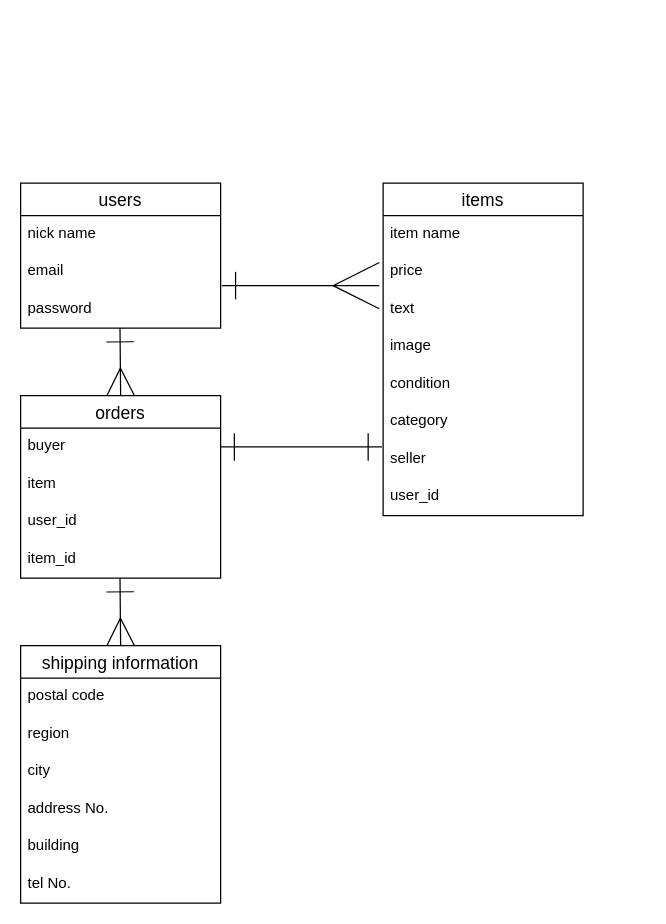
TETSU-A7240/furima-39207 keeps this draw.io diagram as ER.dio. Above is the earlier version. Source tidied: cells renumbered, new cells numbered last; positions are measured from the earlier drawing's top-left corner, leaving out a move shared by most shapes. Both pictures are drawn from the tidied source at 125%, with x=0, y=0 at pixel (20, 182).
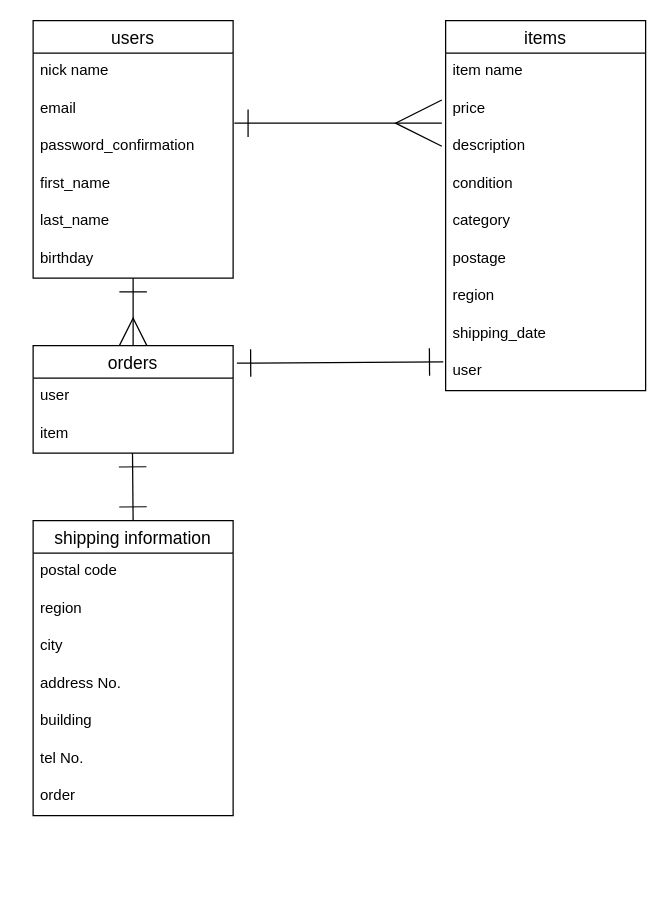
After the change.

Commit message (it also covers changes not shown here):
データベース設計修正

Change to the diagram source:
```diff
@@
     <mxCell id="2" value="users" style="swimlane;fontStyle=0;horizontal=1;startSize=26;align=center;fontSize=14;" parent="1" vertex="1">
-      <mxGeometry width="160" height="116" as="geometry" />
+      <mxGeometry x="10" y="-130" width="160" height="206" as="geometry" />
     </mxCell>
@@
-    <mxCell id="5" value="password" style="text;strokeColor=none;fillColor=none;spacingLeft=4;spacingRight=4;overflow=hidden;points=[[0,0.5],[1,0.5]];portConstraint=eastwest;fontSize=12;" parent="2" vertex="1">
+    <mxCell id="5" value="password_confirmation" style="text;strokeColor=none;fillColor=none;spacingLeft=4;spacingRight=4;overflow=hidden;points=[[0,0.5],[1,0.5]];portConstraint=eastwest;fontSize=12;" parent="2" vertex="1">
       <mxGeometry y="86" width="160" height="30" as="geometry" />
     </mxCell>
+    <mxCell id="31" value="first_name" style="text;strokeColor=none;fillColor=none;spacingLeft=4;spacingRight=4;overflow=hidden;fontSize=12;" parent="2" vertex="1">
+      <mxGeometry y="116" width="160" height="30" as="geometry" />
+    </mxCell>
+    <mxCell id="32" value="last_name" style="text;strokeColor=none;fillColor=none;spacingLeft=4;spacingRight=4;overflow=hidden;fontSize=12;" parent="2" vertex="1">
+      <mxGeometry y="146" width="160" height="30" as="geometry" />
+    </mxCell>
+    <mxCell id="33" value="birthday" style="text;strokeColor=none;fillColor=none;spacingLeft=4;spacingRight=4;overflow=hidden;points=[[0,0.5],[1,0.5]];portConstraint=eastwest;fontSize=12;" parent="2" vertex="1">
+      <mxGeometry y="176" width="160" height="30" as="geometry" />
+    </mxCell>
     <mxCell id="6" value="items" style="swimlane;fontStyle=0;horizontal=1;startSize=26;align=center;fontSize=14;" parent="1" vertex="1">
-      <mxGeometry x="290" width="160" height="266" as="geometry" />
+      <mxGeometry x="340" y="-130" width="160" height="296" as="geometry" />
     </mxCell>
@@
-    <mxCell id="9" value="text" style="text;strokeColor=none;fillColor=none;spacingLeft=4;spacingRight=4;overflow=hidden;fontSize=12;" parent="6" vertex="1">
+    <mxCell id="9" value="description" style="text;strokeColor=none;fillColor=none;spacingLeft=4;spacingRight=4;overflow=hidden;fontSize=12;" parent="6" vertex="1">
       <mxGeometry y="86" width="160" height="30" as="geometry" />
     </mxCell>
-    <mxCell id="10" value="image" style="text;strokeColor=none;fillColor=none;spacingLeft=4;spacingRight=4;overflow=hidden;fontSize=12;" parent="6" vertex="1">
+    <mxCell id="10" value="condition" style="text;strokeColor=none;fillColor=none;spacingLeft=4;spacingRight=4;overflow=hidden;fontSize=12;" parent="6" vertex="1">
       <mxGeometry y="116" width="160" height="30" as="geometry" />
     </mxCell>
-    <mxCell id="11" value="condition" style="text;strokeColor=none;fillColor=none;spacingLeft=4;spacingRight=4;overflow=hidden;fontSize=12;" parent="6" vertex="1">
+    <mxCell id="11" value="category" style="text;strokeColor=none;fillColor=none;spacingLeft=4;spacingRight=4;overflow=hidden;fontSize=12;" parent="6" vertex="1">
       <mxGeometry y="146" width="160" height="30" as="geometry" />
     </mxCell>
-    <mxCell id="12" value="category" style="text;strokeColor=none;fillColor=none;spacingLeft=4;spacingRight=4;overflow=hidden;fontSize=12;" parent="6" vertex="1">
+    <mxCell id="12" value="postage" style="text;strokeColor=none;fillColor=none;spacingLeft=4;spacingRight=4;overflow=hidden;fontSize=12;" parent="6" vertex="1">
       <mxGeometry y="176" width="160" height="30" as="geometry" />
     </mxCell>
-    <mxCell id="13" value="seller" style="text;strokeColor=none;fillColor=none;spacingLeft=4;spacingRight=4;overflow=hidden;points=[[0,0.5],[1,0.5]];portConstraint=eastwest;fontSize=12;" parent="6" vertex="1">
+    <mxCell id="13" value="region" style="text;strokeColor=none;fillColor=none;spacingLeft=4;spacingRight=4;overflow=hidden;points=[[0,0.5],[1,0.5]];portConstraint=eastwest;fontSize=12;" parent="6" vertex="1">
       <mxGeometry y="206" width="160" height="30" as="geometry" />
     </mxCell>
-    <mxCell id="14" value="user_id" style="text;strokeColor=none;fillColor=none;spacingLeft=4;spacingRight=4;overflow=hidden;fontSize=12;" parent="6" vertex="1">
+    <mxCell id="14" value="shipping_date" style="text;strokeColor=none;fillColor=none;spacingLeft=4;spacingRight=4;overflow=hidden;fontSize=12;" parent="6" vertex="1">
       <mxGeometry y="236" width="160" height="30" as="geometry" />
     </mxCell>
-    <mxCell id="15" style="edgeStyle=none;html=1;strokeColor=default;startArrow=ERmany;startFill=0;endArrow=ERone;endFill=0;startSize=20;endSize=20;exitX=0.5;exitY=0;exitDx=0;exitDy=0;" parent="1" edge="1" source="25">
-      <mxGeometry relative="1" as="geometry">
-        <mxPoint x="79.5" y="116" as="targetPoint" />
-      </mxGeometry>
-    </mxCell>
+    <mxCell id="34" value="user" style="text;strokeColor=none;fillColor=none;spacingLeft=4;spacingRight=4;overflow=hidden;points=[[0,0.5],[1,0.5]];portConstraint=eastwest;fontSize=12;" parent="6" vertex="1">
+      <mxGeometry y="266" width="160" height="30" as="geometry" />
+    </mxCell>
     <mxCell id="16" value="shipping information" style="swimlane;fontStyle=0;horizontal=1;startSize=26;align=center;fontSize=14;" parent="1" vertex="1">
-      <mxGeometry y="370" width="160" height="206" as="geometry" />
+      <mxGeometry x="10" y="270" width="160" height="236" as="geometry" />
     </mxCell>
@@
+    <mxCell id="35" value="order" style="text;strokeColor=none;fillColor=none;spacingLeft=4;spacingRight=4;overflow=hidden;fontSize=12;" parent="16" vertex="1">
+      <mxGeometry y="206" width="160" height="30" as="geometry" />
+    </mxCell>
@@
-    <mxCell id="24" style="edgeStyle=none;html=1;strokeColor=default;startArrow=ERone;startFill=0;endArrow=ERone;endFill=0;startSize=20;endSize=20;entryX=1;entryY=0.5;entryDx=0;entryDy=0;exitX=-0.006;exitY=0.167;exitDx=0;exitDy=0;exitPerimeter=0;" parent="1" edge="1" source="13" target="26">
+    <mxCell id="24" style="edgeStyle=none;html=1;strokeColor=default;startArrow=ERone;startFill=0;endArrow=ERone;endFill=0;startSize=20;endSize=20;entryX=1.019;entryY=0.163;entryDx=0;entryDy=0;exitX=-0.012;exitY=0.233;exitDx=0;exitDy=0;exitPerimeter=0;entryPerimeter=0;" parent="1" edge="1" source="34" target="25">
       <mxGeometry relative="1" as="geometry" />
     </mxCell>
     <mxCell id="25" value="orders" style="swimlane;fontStyle=0;horizontal=1;startSize=26;align=center;fontSize=14;" parent="1" vertex="1">
-      <mxGeometry y="170" width="160" height="146" as="geometry" />
+      <mxGeometry x="10" y="130" width="160" height="86" as="geometry" />
     </mxCell>
-    <mxCell id="26" value="buyer" style="text;strokeColor=none;fillColor=none;spacingLeft=4;spacingRight=4;overflow=hidden;points=[[0,0.5],[1,0.5]];portConstraint=eastwest;fontSize=12;" parent="25" vertex="1">
+    <mxCell id="26" value="user" style="text;strokeColor=none;fillColor=none;spacingLeft=4;spacingRight=4;overflow=hidden;points=[[0,0.5],[1,0.5]];portConstraint=eastwest;fontSize=12;" parent="25" vertex="1">
       <mxGeometry y="26" width="160" height="30" as="geometry" />
     </mxCell>
@@
-    <mxCell id="28" value="user_id" style="text;strokeColor=none;fillColor=none;spacingLeft=4;spacingRight=4;overflow=hidden;fontSize=12;" parent="25" vertex="1">
-      <mxGeometry y="86" width="160" height="30" as="geometry" />
-    </mxCell>
-    <mxCell id="29" value="item_id" style="text;strokeColor=none;fillColor=none;spacingLeft=4;spacingRight=4;overflow=hidden;fontSize=12;" parent="25" vertex="1">
-      <mxGeometry y="116" width="160" height="30" as="geometry" />
-    </mxCell>
-    <mxCell id="30" style="edgeStyle=none;html=1;strokeColor=default;startArrow=ERmany;startFill=0;endArrow=ERone;endFill=0;startSize=20;endSize=20;" parent="1" edge="1">
+    <mxCell id="30" style="edgeStyle=none;html=1;strokeColor=default;startArrow=ERone;startFill=0;endArrow=ERone;endFill=0;startSize=20;endSize=20;" parent="1" edge="1">
       <mxGeometry relative="1" as="geometry">
-        <mxPoint x="80" y="370" as="sourcePoint" />
-        <mxPoint x="79.5" y="316" as="targetPoint" />
+        <mxPoint x="90" y="270" as="sourcePoint" />
+        <mxPoint x="89.5" y="216" as="targetPoint" />
       </mxGeometry>
     </mxCell>
+    <mxCell id="36" style="endArrow=ERone;html=1;exitX=0.5;exitY=0;exitDx=0;exitDy=0;startArrow=ERmany;startFill=0;endFill=0;endSize=20;startSize=20;" parent="1" edge="1" source="25" target="33">
+      <mxGeometry relative="1" as="geometry" />
+    </mxCell>
```
